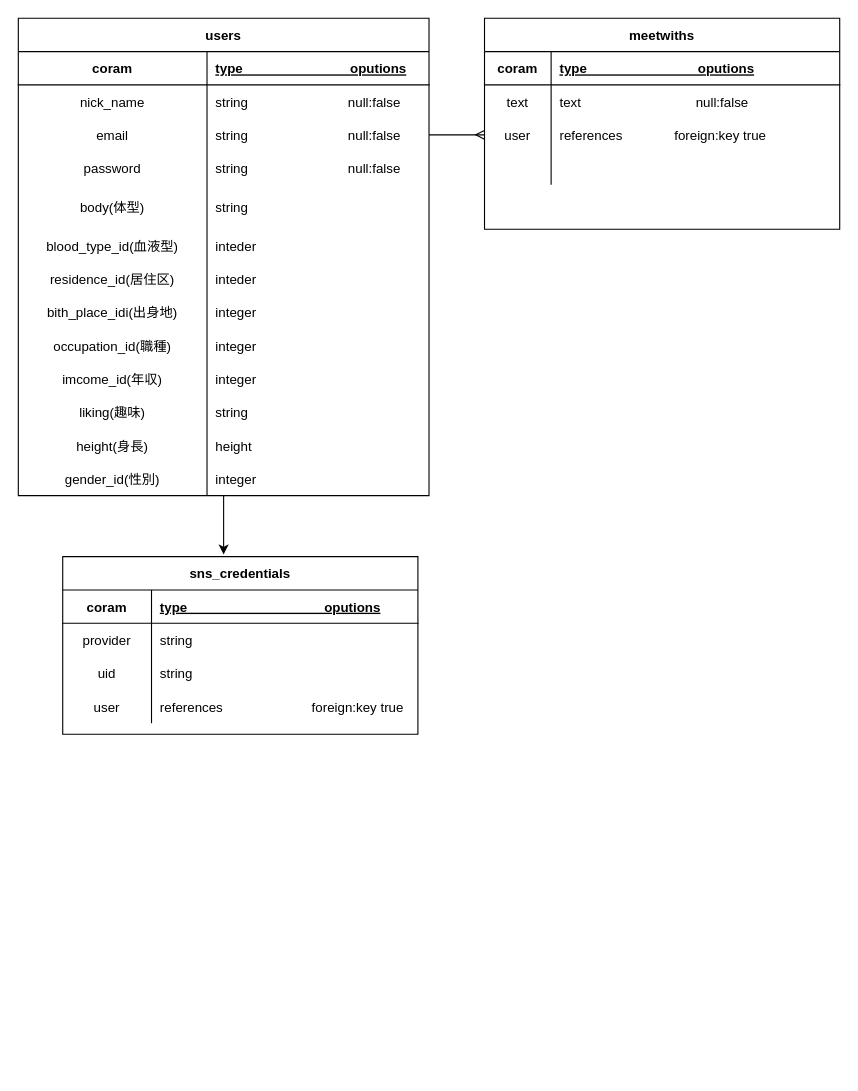
Before: test.dio in ikekou0015/meet-with, a draw.io diagram. Source tidied: cells renumbered, new cells numbered last; positions are measured from the earlier drawing's top-left corner, leaving out a move shared by most shapes. Both pictures are drawn from the tidied source at 111%, with x=0, y=0 at pixel (18, 18).
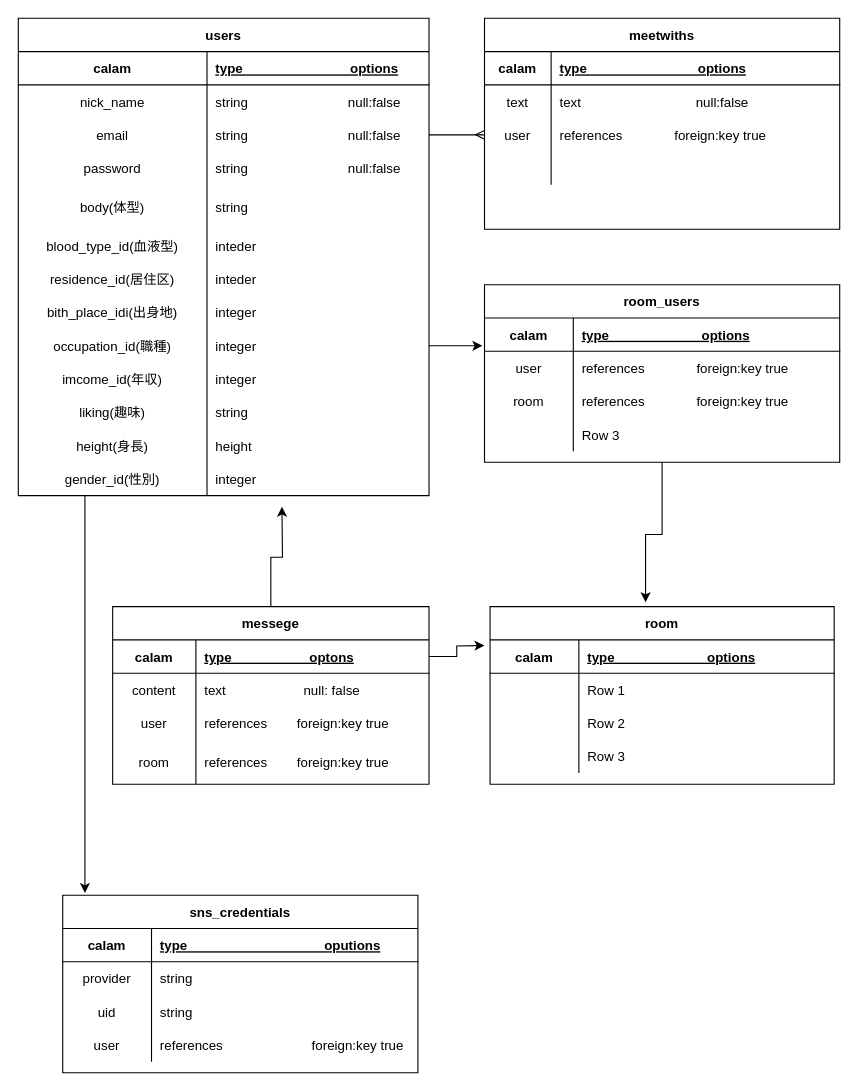
After the change.

The change refers to these unchanged cells:
```xml
<mxCell id="3" value="users" style="shape=table;startSize=30;childLayout=tableLayout;rowLines=0;fontStyle=1;align=center;" parent="1" vertex="1">
  <mxGeometry width="370" height="430" as="geometry" />
</mxCell>
<mxCell id="4" style="shape=partialRectangle;fillColor=none;top=0;left=0;bottom=1;right=0;" parent="3" vertex="1">
  <mxGeometry y="30" width="370" height="30" as="geometry" />
</mxCell>
<mxCell id="28" style="shape=partialRectangle;fillColor=none;top=0;left=0;bottom=0;right=0;points=[[0,0.5],[1,0.5]];portConstraint=eastwest;" parent="3" vertex="1">
  <mxGeometry y="280" width="370" height="30" as="geometry" />
</mxCell>
<mxCell id="44" style="shape=partialRectangle;fillColor=none;top=0;left=0;bottom=1;right=0;" parent="43" vertex="1">
  <mxGeometry y="30" width="320" height="30" as="geometry" />
</mxCell>
<mxCell id="58" style="shape=partialRectangle;fillColor=none;top=0;left=0;bottom=1;right=0;" parent="57" vertex="1">
  <mxGeometry y="30" width="320" height="30" as="geometry" />
</mxCell>
```

What changed in the source:
```diff
@@
-    <mxCell id="2" style="edgeStyle=orthogonalEdgeStyle;rounded=0;jettySize=auto;html=1;entryX=0.453;entryY=-0.012;entryDx=0;entryDy=0;entryPerimeter=0;" parent="1" edge="1" source="3" target="57">
-      <mxGeometry relative="1" as="geometry" />
+    <mxCell id="2" style="edgeStyle=orthogonalEdgeStyle;rounded=0;jettySize=auto;html=1;" parent="1" edge="1" source="3">
+      <mxGeometry relative="1" as="geometry">
+        <mxPoint x="60" y="788" as="targetPoint" />
+        <Array as="points">
+          <mxPoint x="60" y="770" />
+          <mxPoint x="60" y="770" />
+        </Array>
+      </mxGeometry>
     </mxCell>
@@
-    <mxCell id="5" value="coram" style="shape=partialRectangle;fillColor=none;top=0;left=0;bottom=0;right=0;fontStyle=1;overflow=hidden;" parent="4" vertex="1">
+    <mxCell id="5" value="calam" style="shape=partialRectangle;fillColor=none;top=0;left=0;bottom=0;right=0;fontStyle=1;overflow=hidden;" parent="4" vertex="1">
       <mxGeometry width="170" height="30" as="geometry" />
     </mxCell>
-    <mxCell id="6" value="type                             oputions" style="shape=partialRectangle;fillColor=none;top=0;left=0;bottom=0;right=0;align=left;spacingLeft=6;fontStyle=5;overflow=hidden;" parent="4" vertex="1">
+    <mxCell id="6" value="type                             options" style="shape=partialRectangle;fillColor=none;top=0;left=0;bottom=0;right=0;align=left;spacingLeft=6;fontStyle=5;overflow=hidden;" parent="4" vertex="1">
       <mxGeometry x="170" width="200" height="30" as="geometry" />
     </mxCell>
@@
-    <mxCell id="45" value="coram" style="shape=partialRectangle;fillColor=none;top=0;left=0;bottom=0;right=0;fontStyle=1;overflow=hidden;" parent="44" vertex="1">
+    <mxCell id="45" value="calam" style="shape=partialRectangle;fillColor=none;top=0;left=0;bottom=0;right=0;fontStyle=1;overflow=hidden;" parent="44" vertex="1">
       <mxGeometry width="60" height="30" as="geometry" />
     </mxCell>
-    <mxCell id="46" value="type                              oputions" style="shape=partialRectangle;fillColor=none;top=0;left=0;bottom=0;right=0;align=left;spacingLeft=6;fontStyle=5;overflow=hidden;" parent="44" vertex="1">
+    <mxCell id="46" value="type                              options" style="shape=partialRectangle;fillColor=none;top=0;left=0;bottom=0;right=0;align=left;spacingLeft=6;fontStyle=5;overflow=hidden;" parent="44" vertex="1">
       <mxGeometry x="60" width="260" height="30" as="geometry" />
     </mxCell>
@@
+    <mxCell id="70" style="edgeStyle=orthogonalEdgeStyle;rounded=0;jettySize=auto;html=1;exitX=0.5;exitY=1;exitDx=0;exitDy=0;entryX=0.452;entryY=-0.025;entryDx=0;entryDy=0;entryPerimeter=0;" parent="1" edge="1" source="71" target="85">
+      <mxGeometry relative="1" as="geometry" />
+    </mxCell>
+    <mxCell id="71" value="room_users" style="shape=table;startSize=30;childLayout=tableLayout;rowLines=0;fontStyle=1;align=center;" parent="1" vertex="1">
+      <mxGeometry x="420" y="240" width="320" height="160" as="geometry" />
+    </mxCell>
+    <mxCell id="72" style="shape=partialRectangle;fillColor=none;top=0;left=0;bottom=1;right=0;points=[[0,0.5],[1,0.5]];portConstraint=eastwest;" parent="71" vertex="1">
+      <mxGeometry y="30" width="320" height="30" as="geometry" />
+    </mxCell>
+    <mxCell id="73" value="calam" style="shape=partialRectangle;fillColor=none;top=0;left=0;bottom=0;right=0;fontStyle=1;overflow=hidden;" parent="72" vertex="1">
+      <mxGeometry width="80" height="30" as="geometry" />
+    </mxCell>
+    <mxCell id="74" value="type                         options" style="shape=partialRectangle;fillColor=none;top=0;left=0;bottom=0;right=0;align=left;spacingLeft=6;fontStyle=5;overflow=hidden;" parent="72" vertex="1">
+      <mxGeometry x="80" width="240" height="30" as="geometry" />
+    </mxCell>
+    <mxCell id="75" style="shape=partialRectangle;fillColor=none;top=0;left=0;bottom=0;right=0;" parent="71" vertex="1">
+      <mxGeometry y="60" width="320" height="30" as="geometry" />
+    </mxCell>
+    <mxCell id="76" value="user" style="shape=partialRectangle;fillColor=none;top=0;left=0;bottom=0;right=0;overflow=hidden;" parent="75" vertex="1">
+      <mxGeometry width="80" height="30" as="geometry" />
+    </mxCell>
+    <mxCell id="77" value="references              foreign:key true" style="shape=partialRectangle;fillColor=none;top=0;left=0;bottom=0;right=0;align=left;spacingLeft=6;overflow=hidden;" parent="75" vertex="1">
+      <mxGeometry x="80" width="240" height="30" as="geometry" />
+    </mxCell>
+    <mxCell id="78" style="shape=partialRectangle;fillColor=none;top=0;left=0;bottom=0;right=0;" parent="71" vertex="1">
+      <mxGeometry y="90" width="320" height="30" as="geometry" />
+    </mxCell>
+    <mxCell id="79" value="room" style="shape=partialRectangle;fillColor=none;top=0;left=0;bottom=0;right=0;overflow=hidden;" parent="78" vertex="1">
+      <mxGeometry width="80" height="30" as="geometry" />
+    </mxCell>
+    <mxCell id="80" value="references              foreign:key true" style="shape=partialRectangle;fillColor=none;top=0;left=0;bottom=0;right=0;align=left;spacingLeft=6;overflow=hidden;" parent="78" vertex="1">
+      <mxGeometry x="80" width="240" height="30" as="geometry" />
+    </mxCell>
+    <mxCell id="81" style="shape=partialRectangle;fillColor=none;top=0;left=0;bottom=0;right=0;" parent="71" vertex="1">
+      <mxGeometry y="120" width="320" height="30" as="geometry" />
+    </mxCell>
+    <mxCell id="82" style="shape=partialRectangle;fillColor=none;top=0;left=0;bottom=0;right=0;overflow=hidden;" parent="81" vertex="1">
+      <mxGeometry width="80" height="30" as="geometry" />
+    </mxCell>
+    <mxCell id="83" value="Row 3" style="shape=partialRectangle;fillColor=none;top=0;left=0;bottom=0;right=0;align=left;spacingLeft=6;overflow=hidden;" parent="81" vertex="1">
+      <mxGeometry x="80" width="240" height="30" as="geometry" />
+    </mxCell>
     <mxCell id="57" value="sns_credentials" style="shape=table;startSize=30;childLayout=tableLayout;rowLines=0;fontStyle=1;align=center;" parent="1" vertex="1">
-      <mxGeometry x="40" y="485" width="320" height="160" as="geometry" />
+      <mxGeometry x="40" y="790" width="320" height="160" as="geometry" />
     </mxCell>
@@
-    <mxCell id="59" value="coram" style="shape=partialRectangle;fillColor=none;top=0;left=0;bottom=0;right=0;fontStyle=1;overflow=hidden;" parent="58" vertex="1">
+    <mxCell id="59" value="calam" style="shape=partialRectangle;fillColor=none;top=0;left=0;bottom=0;right=0;fontStyle=1;overflow=hidden;" parent="58" vertex="1">
       <mxGeometry width="80" height="30" as="geometry" />
     </mxCell>
@@
+    <mxCell id="84" style="edgeStyle=orthogonalEdgeStyle;rounded=0;jettySize=auto;html=1;entryX=-0.006;entryY=0.833;entryDx=0;entryDy=0;entryPerimeter=0;" parent="1" edge="1" source="28" target="72">
+      <mxGeometry relative="1" as="geometry" />
+    </mxCell>
+    <mxCell id="85" value="room" style="shape=table;startSize=30;childLayout=tableLayout;rowLines=0;fontStyle=1;align=center;" parent="1" vertex="1">
+      <mxGeometry x="425" y="530" width="310" height="160" as="geometry" />
+    </mxCell>
+    <mxCell id="86" style="shape=partialRectangle;fillColor=none;top=0;left=0;bottom=1;right=0;" parent="85" vertex="1">
+      <mxGeometry y="30" width="310" height="30" as="geometry" />
+    </mxCell>
+    <mxCell id="87" value="calam" style="shape=partialRectangle;fillColor=none;top=0;left=0;bottom=0;right=0;fontStyle=1;overflow=hidden;" parent="86" vertex="1">
+      <mxGeometry width="80" height="30" as="geometry" />
+    </mxCell>
+    <mxCell id="88" value="type                         options" style="shape=partialRectangle;fillColor=none;top=0;left=0;bottom=0;right=0;align=left;spacingLeft=6;fontStyle=5;overflow=hidden;" parent="86" vertex="1">
+      <mxGeometry x="80" width="230" height="30" as="geometry" />
+    </mxCell>
+    <mxCell id="89" style="shape=partialRectangle;fillColor=none;top=0;left=0;bottom=0;right=0;" parent="85" vertex="1">
+      <mxGeometry y="60" width="310" height="30" as="geometry" />
+    </mxCell>
+    <mxCell id="90" style="shape=partialRectangle;fillColor=none;top=0;left=0;bottom=0;right=0;overflow=hidden;" parent="89" vertex="1">
+      <mxGeometry width="80" height="30" as="geometry" />
+    </mxCell>
+    <mxCell id="91" value="Row 1" style="shape=partialRectangle;fillColor=none;top=0;left=0;bottom=0;right=0;align=left;spacingLeft=6;overflow=hidden;" parent="89" vertex="1">
+      <mxGeometry x="80" width="230" height="30" as="geometry" />
+    </mxCell>
+    <mxCell id="92" style="shape=partialRectangle;fillColor=none;top=0;left=0;bottom=0;right=0;" parent="85" vertex="1">
+      <mxGeometry y="90" width="310" height="30" as="geometry" />
+    </mxCell>
+    <mxCell id="93" style="shape=partialRectangle;fillColor=none;top=0;left=0;bottom=0;right=0;overflow=hidden;" parent="92" vertex="1">
+      <mxGeometry width="80" height="30" as="geometry" />
+    </mxCell>
+    <mxCell id="94" value="Row 2" style="shape=partialRectangle;fillColor=none;top=0;left=0;bottom=0;right=0;align=left;spacingLeft=6;overflow=hidden;" parent="92" vertex="1">
+      <mxGeometry x="80" width="230" height="30" as="geometry" />
+    </mxCell>
+    <mxCell id="95" style="shape=partialRectangle;fillColor=none;top=0;left=0;bottom=0;right=0;" parent="85" vertex="1">
+      <mxGeometry y="120" width="310" height="30" as="geometry" />
+    </mxCell>
+    <mxCell id="96" style="shape=partialRectangle;fillColor=none;top=0;left=0;bottom=0;right=0;overflow=hidden;" parent="95" vertex="1">
+      <mxGeometry width="80" height="30" as="geometry" />
+    </mxCell>
+    <mxCell id="97" value="Row 3" style="shape=partialRectangle;fillColor=none;top=0;left=0;bottom=0;right=0;align=left;spacingLeft=6;overflow=hidden;" parent="95" vertex="1">
+      <mxGeometry x="80" width="230" height="30" as="geometry" />
+    </mxCell>
+    <mxCell id="98" style="edgeStyle=orthogonalEdgeStyle;rounded=0;jettySize=auto;html=1;" parent="1" edge="1" source="100">
+      <mxGeometry relative="1" as="geometry">
+        <mxPoint x="237.5" y="440" as="targetPoint" />
+      </mxGeometry>
+    </mxCell>
+    <mxCell id="99" style="edgeStyle=orthogonalEdgeStyle;rounded=0;jettySize=auto;html=1;" parent="1" edge="1" source="101">
+      <mxGeometry relative="1" as="geometry">
+        <mxPoint x="420" y="565" as="targetPoint" />
+      </mxGeometry>
+    </mxCell>
+    <mxCell id="100" value="messege" style="shape=table;startSize=30;childLayout=tableLayout;rowLines=0;fontStyle=1;align=center;" parent="1" vertex="1">
+      <mxGeometry x="85" y="530" width="285" height="160" as="geometry" />
+    </mxCell>
+    <mxCell id="101" style="shape=partialRectangle;fillColor=none;top=0;left=0;bottom=1;right=0;points=[[0,0.5],[1,0.5]];portConstraint=eastwest;" parent="100" vertex="1">
+      <mxGeometry y="30" width="285" height="30" as="geometry" />
+    </mxCell>
+    <mxCell id="102" value="calam" style="shape=partialRectangle;fillColor=none;top=0;left=0;bottom=0;right=0;fontStyle=1;overflow=hidden;" parent="101" vertex="1">
+      <mxGeometry width="75" height="30" as="geometry" />
+    </mxCell>
+    <mxCell id="103" value="type                     optons" style="shape=partialRectangle;fillColor=none;top=0;left=0;bottom=0;right=0;align=left;spacingLeft=6;fontStyle=5;overflow=hidden;" parent="101" vertex="1">
+      <mxGeometry x="75" width="210" height="30" as="geometry" />
+    </mxCell>
+    <mxCell id="104" style="shape=partialRectangle;fillColor=none;top=0;left=0;bottom=0;right=0;" parent="100" vertex="1">
+      <mxGeometry y="60" width="285" height="30" as="geometry" />
+    </mxCell>
+    <mxCell id="105" value="content" style="shape=partialRectangle;fillColor=none;top=0;left=0;bottom=0;right=0;overflow=hidden;" parent="104" vertex="1">
+      <mxGeometry width="75" height="30" as="geometry" />
+    </mxCell>
+    <mxCell id="106" value="text                     null: false" style="shape=partialRectangle;fillColor=none;top=0;left=0;bottom=0;right=0;align=left;spacingLeft=6;overflow=hidden;" parent="104" vertex="1">
+      <mxGeometry x="75" width="210" height="30" as="geometry" />
+    </mxCell>
+    <mxCell id="107" style="shape=partialRectangle;fillColor=none;top=0;left=0;bottom=0;right=0;" parent="100" vertex="1">
+      <mxGeometry y="90" width="285" height="30" as="geometry" />
+    </mxCell>
+    <mxCell id="108" value="user" style="shape=partialRectangle;fillColor=none;top=0;left=0;bottom=0;right=0;overflow=hidden;" parent="107" vertex="1">
+      <mxGeometry width="75" height="30" as="geometry" />
+    </mxCell>
+    <mxCell id="109" value="references        foreign:key true" style="shape=partialRectangle;fillColor=none;top=0;left=0;bottom=0;right=0;align=left;spacingLeft=6;overflow=hidden;" parent="107" vertex="1">
+      <mxGeometry x="75" width="210" height="30" as="geometry" />
+    </mxCell>
+    <mxCell id="110" style="shape=partialRectangle;fillColor=none;top=0;left=0;bottom=0;right=0;" parent="100" vertex="1">
+      <mxGeometry y="120" width="285" height="40" as="geometry" />
+    </mxCell>
+    <mxCell id="111" value="room" style="shape=partialRectangle;fillColor=none;top=0;left=0;bottom=0;right=0;overflow=hidden;" parent="110" vertex="1">
+      <mxGeometry width="75" height="40" as="geometry" />
+    </mxCell>
+    <mxCell id="112" value="references        foreign:key true" style="shape=partialRectangle;fillColor=none;top=0;left=0;bottom=0;right=0;align=left;spacingLeft=6;overflow=hidden;" parent="110" vertex="1">
+      <mxGeometry x="75" width="210" height="40" as="geometry" />
+    </mxCell>
```
